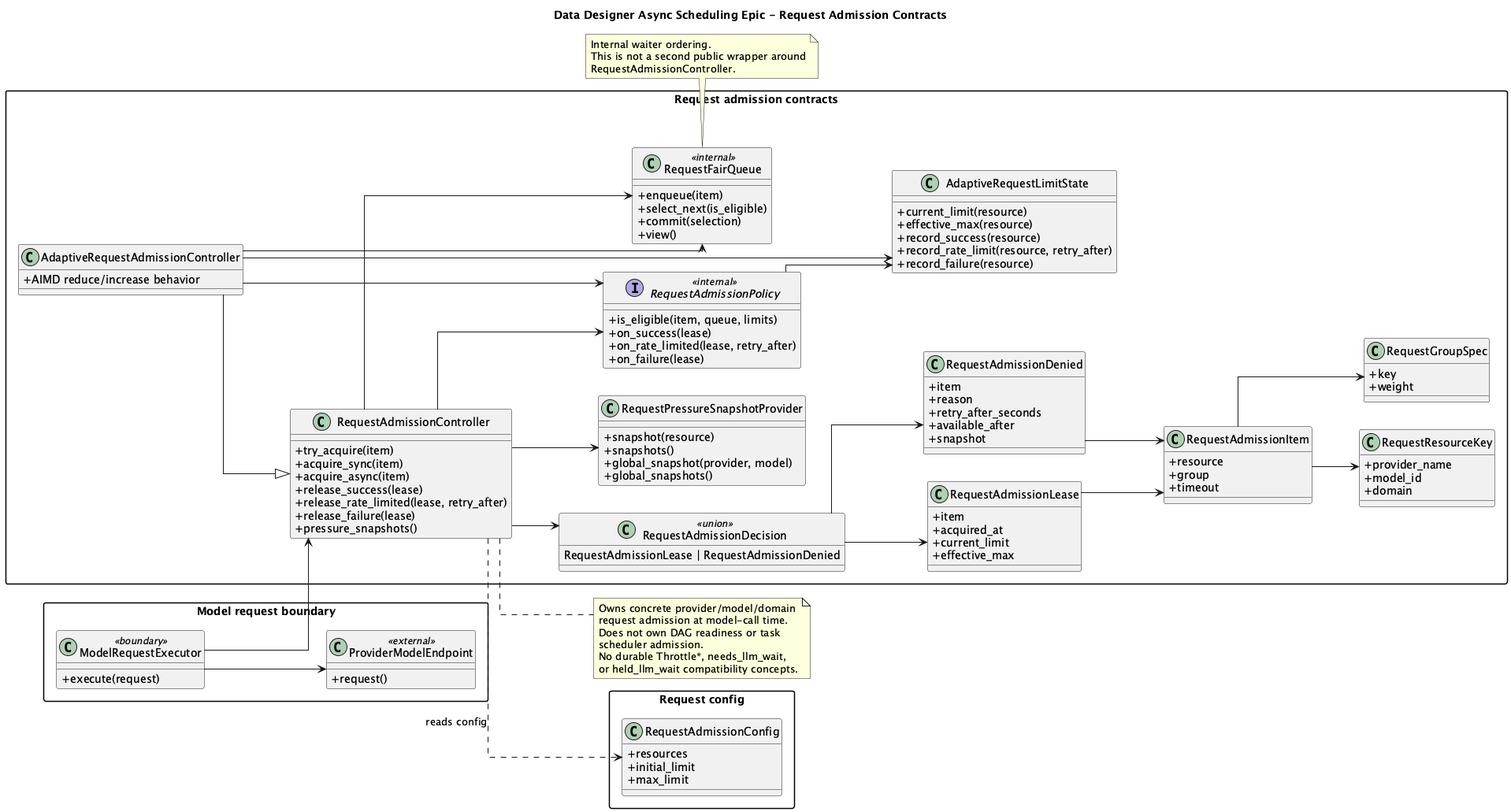
Above: plans/645/AsyncSchedulingRequestAdmissionClassModel.png in NVIDIA-NeMo/DataDesigner (PlantUML), before the change. The source it was exported from:
```plantuml
@startuml AsyncSchedulingRequestAdmissionClassModel
title Data Designer Async Scheduling Epic - Request Admission Contracts

left to right direction
skinparam classAttributeIconSize 0
skinparam shadowing false
skinparam packageStyle rectangle
skinparam linetype ortho

package "Model request boundary" {
  class ModelRequestExecutor <<boundary>> {
    +execute(request)
  }

  class ProviderModelEndpoint <<external>> {
    +request()
  }
}

package "Request admission contracts" {
  class RequestResourceKey {
    +provider_name
    +model_id
    +domain
  }

  class RequestGroupSpec {
    +key
    +weight
  }

  class RequestAdmissionItem {
    +resource
    +group
    +timeout
  }

  class RequestFairQueue <<internal>> {
    +enqueue(item)
    +select_next(is_eligible)
    +commit(selection)
    +view()
  }

  interface RequestAdmissionPolicy <<internal>> {
    +is_eligible(item, queue, limits)
    +on_success(lease)
    +on_rate_limited(lease, retry_after)
    +on_failure(lease)
  }

  class AdaptiveRequestLimitState {
    +current_limit(resource)
    +effective_max(resource)
    +record_success(resource)
    +record_rate_limit(resource, retry_after)
    +record_failure(resource)
  }

  class RequestAdmissionController {
    +try_acquire(item)
    +acquire_sync(item)
    +acquire_async(item)
    +release_success(lease)
    +release_rate_limited(lease, retry_after)
    +release_failure(lease)
    +pressure_snapshots()
  }

  class AdaptiveRequestAdmissionController {
    +AIMD reduce/increase behavior
  }

  class RequestAdmissionDecision <<union>> {
    RequestAdmissionLease | RequestAdmissionDenied
  }

  class RequestAdmissionLease {
    +item
    +acquired_at
    +current_limit
    +effective_max
  }

  class RequestAdmissionDenied {
    +item
    +reason
    +retry_after_seconds
    +available_after
    +snapshot
  }

  class RequestPressureSnapshotProvider {
    +snapshot(resource)
    +snapshots()
    +global_snapshot(provider, model)
    +global_snapshots()
  }
}

package "Request config" {
  class RequestAdmissionConfig {
    +resources
    +initial_limit
    +max_limit
  }
}

ModelRequestExecutor --> RequestAdmissionController
RequestAdmissionController --> RequestFairQueue
RequestAdmissionController --> RequestAdmissionPolicy
RequestAdmissionPolicy --> AdaptiveRequestLimitState
AdaptiveRequestAdmissionController --|> RequestAdmissionController
AdaptiveRequestAdmissionController --> RequestFairQueue
AdaptiveRequestAdmissionController --> RequestAdmissionPolicy
AdaptiveRequestAdmissionController --> AdaptiveRequestLimitState
RequestAdmissionController --> RequestAdmissionDecision
RequestAdmissionDecision --> RequestAdmissionLease
RequestAdmissionDecision --> RequestAdmissionDenied
RequestAdmissionController --> RequestPressureSnapshotProvider
RequestAdmissionController ..> RequestAdmissionConfig : reads config
RequestAdmissionItem --> RequestResourceKey
RequestAdmissionItem --> RequestGroupSpec
RequestAdmissionLease --> RequestAdmissionItem
RequestAdmissionDenied --> RequestAdmissionItem
ModelRequestExecutor --> ProviderModelEndpoint

note bottom of RequestFairQueue
  Internal waiter ordering.
  This is not a second public wrapper around
  RequestAdmissionController.
end note

note right of RequestAdmissionController
  Owns concrete provider/model/domain
  request admission at model-call time.
  Does not own DAG readiness or task
  scheduler admission.
  No durable Throttle*, needs_llm_wait,
  or held_llm_wait compatibility concepts.
end note

@enduml
```
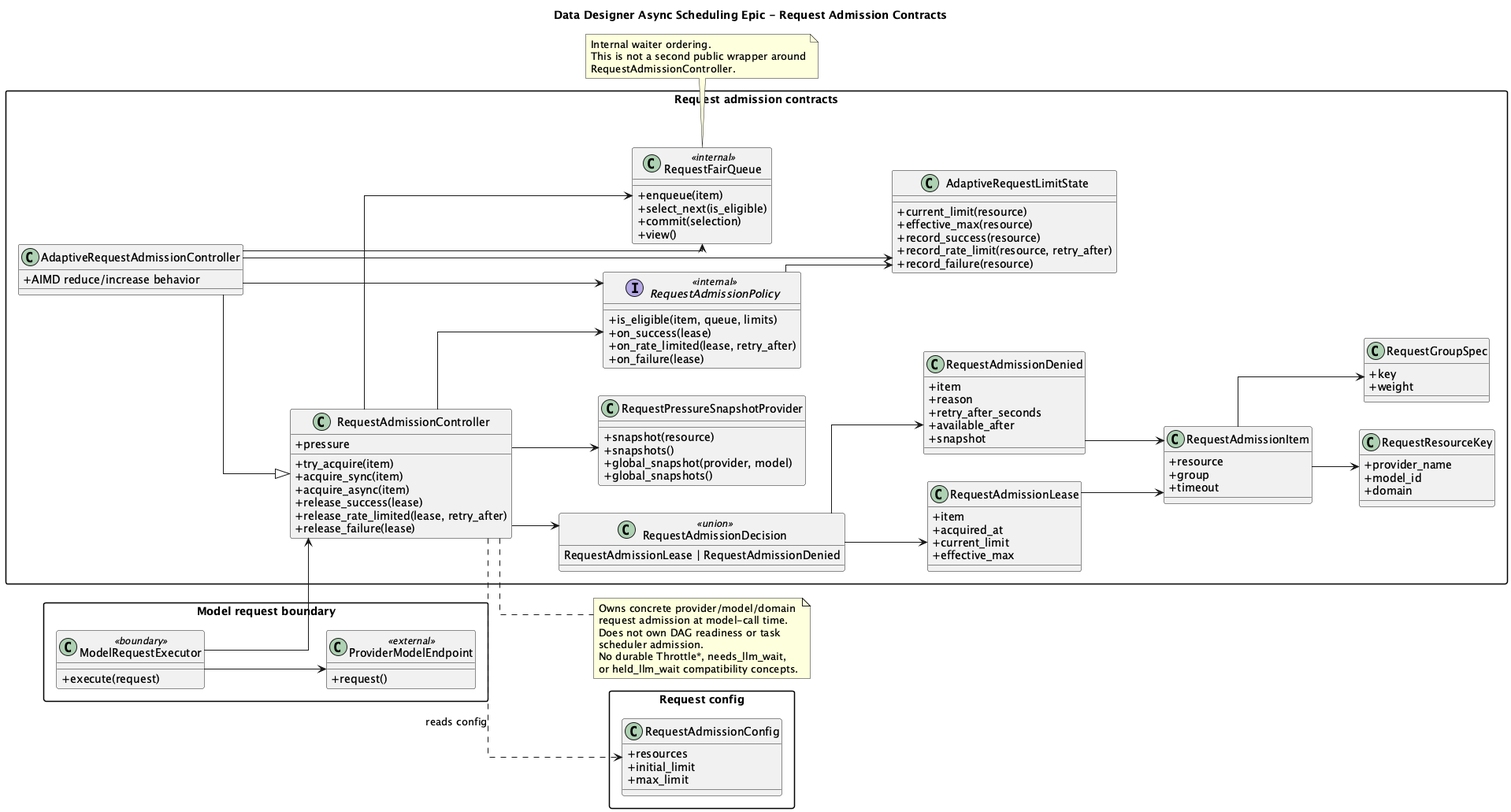
After the commit.

The edit, as a diff of the source:
```diff
@@ -64,7 +64,7 @@
     +release_success(lease)
     +release_rate_limited(lease, retry_after)
     +release_failure(lease)
-    +pressure_snapshots()
+    +pressure
   }
 
   class AdaptiveRequestAdmissionController {
```
